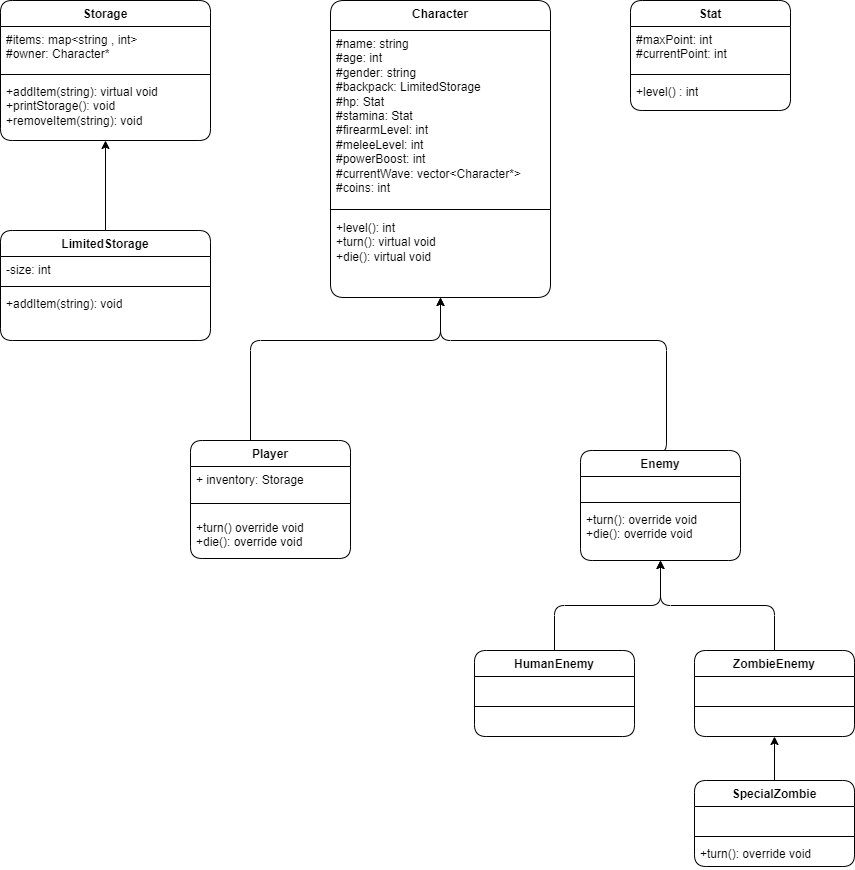
amir-samiee/iustz keeps this draw.io diagram as Umls/character-storage.png. Above is the earlier version. Source tidied: cells renumbered, new cells last; positions are measured from the earlier drawing's top-left corner, leaving out a move shared by most shapes.
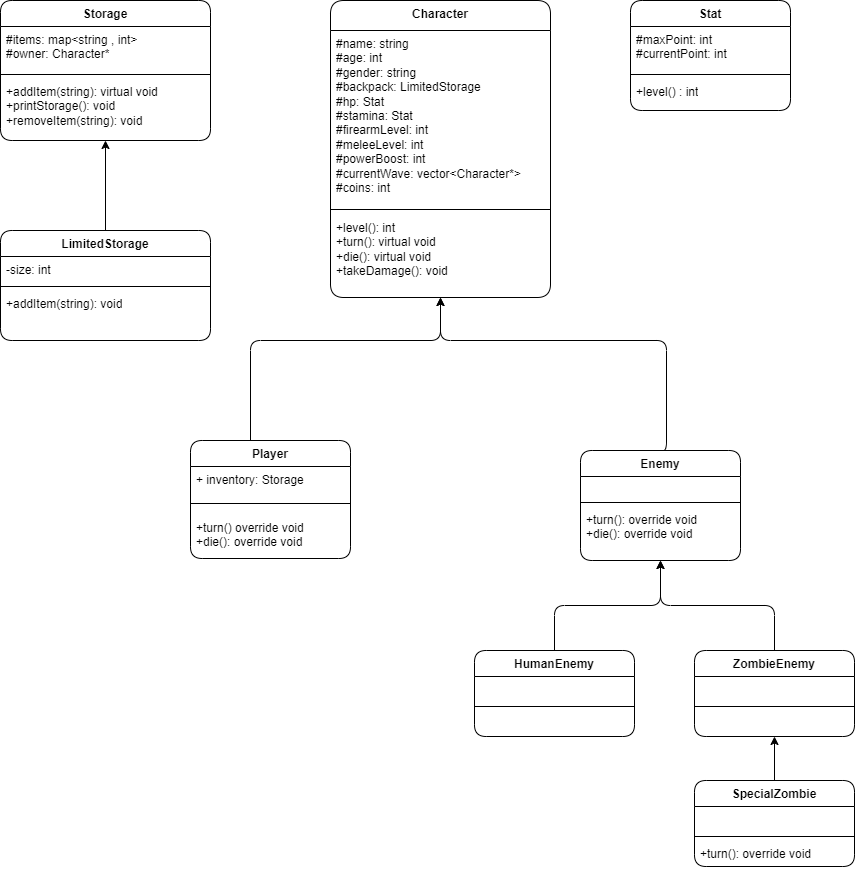
Above is the later version.

Commit message:
updating characters uml

Change to the diagram source:
```diff
@@ -11,7 +11,7 @@
     <mxCell id="4" style="line;strokeWidth=1;fillColor=none;align=left;verticalAlign=middle;spacingTop=-1;spacingLeft=3;spacingRight=3;labelPosition=right;strokeColor=inherit;rounded=1;" parent="2" vertex="1">
       <mxGeometry y="204" width="220" height="10" as="geometry" />
     </mxCell>
-    <mxCell id="5" value="+level(): int&lt;br&gt;+turn(): virtual void&lt;br&gt;+die(): virtual void" style="text;strokeColor=none;fillColor=none;align=left;verticalAlign=top;spacingLeft=4;spacingRight=4;overflow=hidden;whiteSpace=wrap;html=1;rounded=1;" parent="2" vertex="1">
+    <mxCell id="5" value="+level(): int&lt;br&gt;+turn(): virtual void&lt;br&gt;+die(): virtual void&lt;div&gt;+takeDamage(): void&lt;/div&gt;" style="text;strokeColor=none;fillColor=none;align=left;verticalAlign=top;spacingLeft=4;spacingRight=4;overflow=hidden;whiteSpace=wrap;html=1;rounded=1;" parent="2" vertex="1">
       <mxGeometry y="214" width="220" height="83" as="geometry" />
     </mxCell>
     <mxCell id="6" style="edgeStyle=orthogonalEdgeStyle;rounded=1;jettySize=auto;html=1;exitX=0.5;exitY=0;exitDx=0;exitDy=0;" parent="1" edge="1" source="7" target="2">
```
